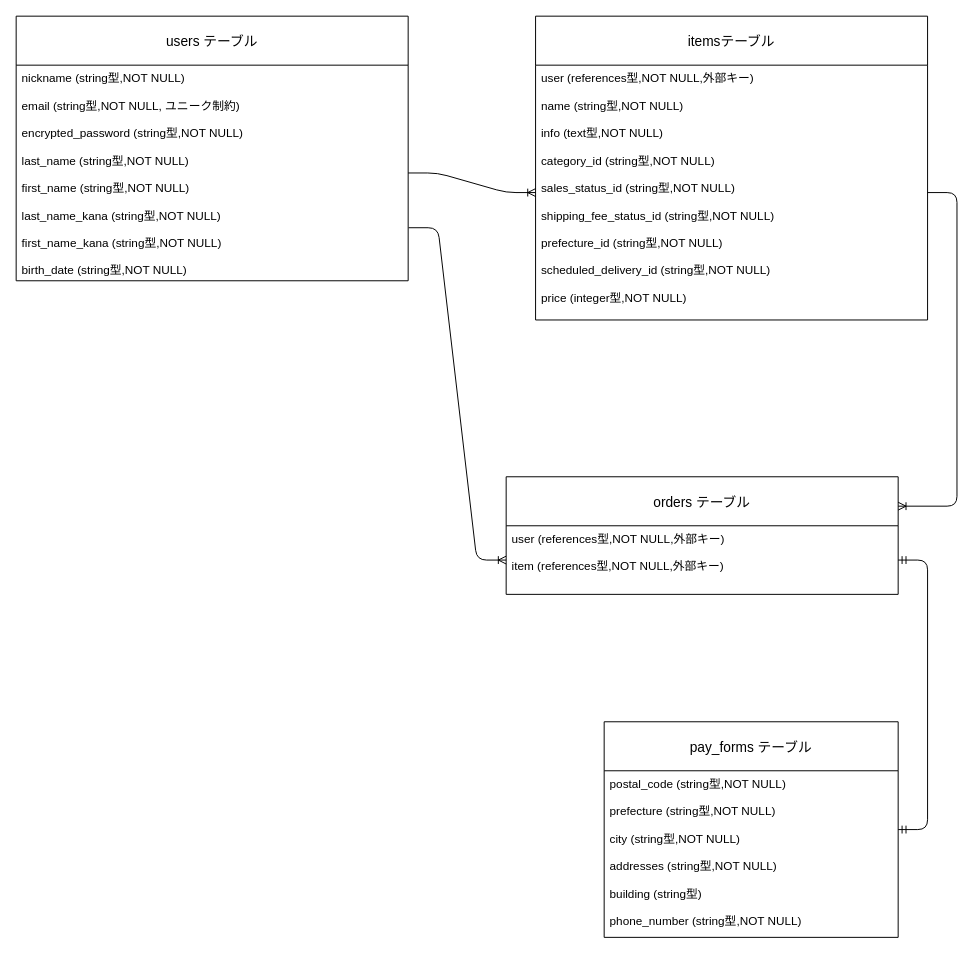
The draw.io diagram furima.drawio in MatsunagaNaoya/furima-38484, before the edit. Source tidied: cells renumbered, new cells numbered last; positions are measured from the earlier drawing's top-left corner, leaving out a move shared by most shapes. Both pictures are drawn from the tidied source at 98%, with x=0, y=0 at pixel (16, 16).
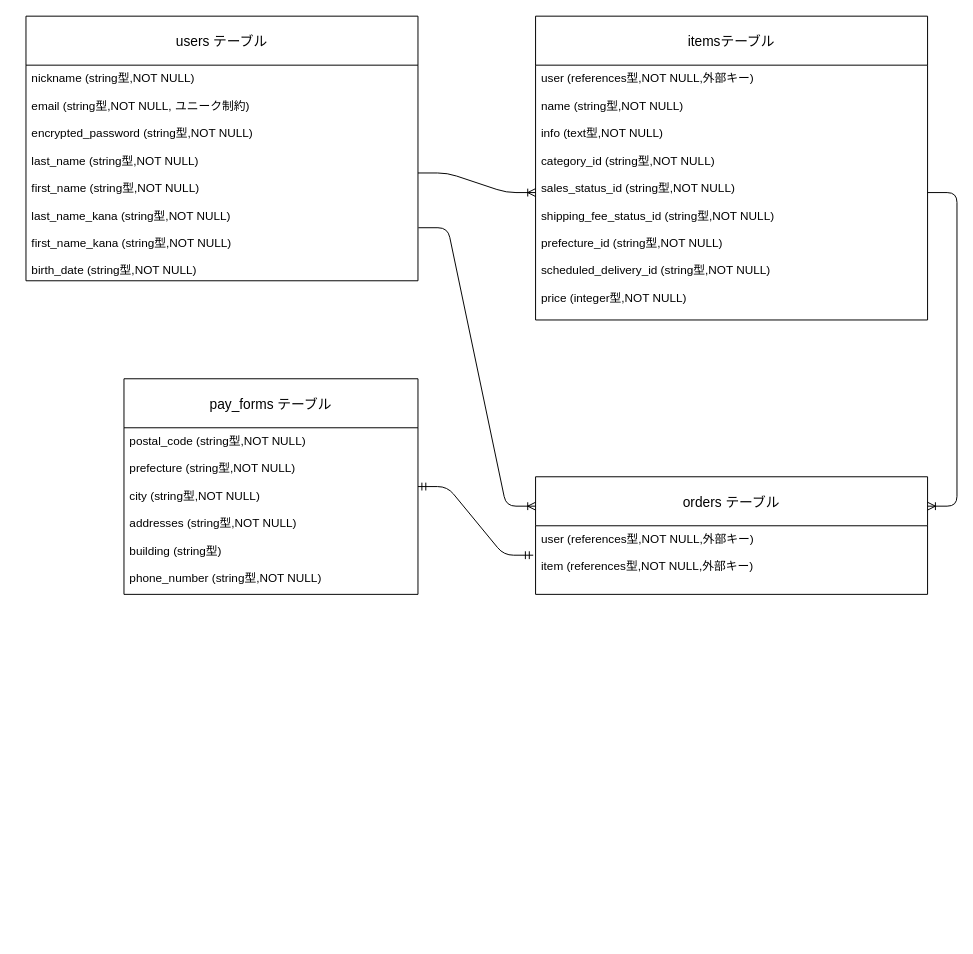
The same page after the edit.

Commit message:
ER図　配置調整

What changed in the source:
```diff
@@
 <mxGraphModel>
   <root>
     <mxCell id="0" />
     <mxCell id="1" parent="0" />
     <mxCell id="2" value="users テーブル" style="swimlane;fontStyle=0;horizontal=1;startSize=50;align=center;fontSize=14;" parent="1" vertex="1">
-      <mxGeometry width="400" height="270" as="geometry" />
+      <mxGeometry x="10" width="400" height="270" as="geometry" />
     </mxCell>
     <mxCell id="3" value="nickname (string型,NOT NULL)&#10;&#10;email (string型,NOT NULL, ユニーク制約)&#10;&#10;encrypted_password (string型,NOT NULL)&#10;&#10;last_name (string型,NOT NULL)&#10;&#10;first_name (string型,NOT NULL)&#10;&#10;last_name_kana (string型,NOT NULL)&#10;&#10;first_name_kana (string型,NOT NULL)&#10;&#10;birth_date (string型,NOT NULL)" style="text;strokeColor=none;fillColor=none;spacingLeft=4;spacingRight=4;overflow=hidden;points=[[0,0.5],[1,0.5]];portConstraint=eastwest;fontSize=12;" parent="2" vertex="1">
       <mxGeometry y="50" width="400" height="220" as="geometry" />
     </mxCell>
     <mxCell id="4" value="orders テーブル" style="swimlane;fontStyle=0;horizontal=1;startSize=50;align=center;fontSize=14;" parent="1" vertex="1">
-      <mxGeometry x="500" y="470" width="400" height="120" as="geometry" />
+      <mxGeometry x="530" y="470" width="400" height="120" as="geometry" />
     </mxCell>
     <mxCell id="5" value="user (references型,NOT NULL,外部キー)&#10;&#10;item (references型,NOT NULL,外部キー)" style="text;strokeColor=none;fillColor=none;spacingLeft=4;spacingRight=4;overflow=hidden;points=[[0,0.5],[1,0.5]];portConstraint=eastwest;fontSize=12;" parent="4" vertex="1">
       <mxGeometry y="50" width="400" height="70" as="geometry" />
     </mxCell>
     <mxCell id="6" value="itemsテーブル" style="swimlane;fontStyle=0;horizontal=1;startSize=50;align=center;fontSize=14;" parent="1" vertex="1">
       <mxGeometry x="530" width="400" height="310" as="geometry" />
     </mxCell>
     <mxCell id="7" value="user (references型,NOT NULL,外部キー)&#10;&#10;name (string型,NOT NULL)&#10;&#10;info (text型,NOT NULL)&#10;&#10;category_id (string型,NOT NULL)&#10;&#10;sales_status_id (string型,NOT NULL)&#10;&#10;shipping_fee_status_id (string型,NOT NULL)&#10;&#10;prefecture_id (string型,NOT NULL)&#10;&#10;scheduled_delivery_id (string型,NOT NULL)&#10;&#10;price (integer型,NOT NULL)" style="text;strokeColor=none;fillColor=none;spacingLeft=4;spacingRight=4;overflow=hidden;points=[[0,0.5],[1,0.5]];portConstraint=eastwest;fontSize=12;" parent="6" vertex="1">
       <mxGeometry y="50" width="400" height="260" as="geometry" />
     </mxCell>
     <mxCell id="8" style="edgeStyle=entityRelationEdgeStyle;fontSize=12;html=1;endArrow=ERoneToMany;entryX=0;entryY=0.5;entryDx=0;entryDy=0;" parent="1" edge="1" source="3" target="7">
       <mxGeometry relative="1" as="geometry" />
     </mxCell>
     <mxCell id="9" style="edgeStyle=entityRelationEdgeStyle;fontSize=12;html=1;endArrow=ERoneToMany;entryX=1;entryY=0.25;entryDx=0;entryDy=0;" parent="1" edge="1" source="7" target="4">
       <mxGeometry relative="1" as="geometry" />
     </mxCell>
-    <mxCell id="10" style="edgeStyle=entityRelationEdgeStyle;fontSize=12;html=1;endArrow=ERoneToMany;entryX=0;entryY=0.5;entryDx=0;entryDy=0;exitX=1.001;exitY=0.754;exitDx=0;exitDy=0;exitPerimeter=0;" parent="1" edge="1" source="3" target="5">
+    <mxCell id="10" style="edgeStyle=entityRelationEdgeStyle;fontSize=12;html=1;endArrow=ERoneToMany;entryX=0;entryY=0.25;entryDx=0;entryDy=0;exitX=1.001;exitY=0.754;exitDx=0;exitDy=0;exitPerimeter=0;" parent="1" edge="1" source="3" target="4">
       <mxGeometry relative="1" as="geometry" />
     </mxCell>
     <mxCell id="11" value="pay_forms テーブル" style="swimlane;fontStyle=0;horizontal=1;startSize=50;align=center;fontSize=14;" parent="1" vertex="1">
-      <mxGeometry x="600" y="720" width="300" height="220" as="geometry" />
+      <mxGeometry x="110" y="370" width="300" height="220" as="geometry" />
     </mxCell>
     <mxCell id="12" value="postal_code (string型,NOT NULL)&#10;&#10;prefecture (string型,NOT NULL)&#10;&#10;city (string型,NOT NULL)&#10;&#10;addresses (string型,NOT NULL)&#10;&#10;building (string型)&#10;&#10;phone_number (string型,NOT NULL)&#10;" style="text;strokeColor=none;fillColor=none;spacingLeft=4;spacingRight=4;overflow=hidden;fontSize=12;" parent="11" vertex="1">
       <mxGeometry y="50" width="300" height="170" as="geometry" />
     </mxCell>
-    <mxCell id="13" style="edgeStyle=entityRelationEdgeStyle;fontSize=12;html=1;endArrow=ERmandOne;startArrow=ERmandOne;entryX=1;entryY=0.5;entryDx=0;entryDy=0;" parent="1" edge="1" source="11" target="5">
+    <mxCell id="13" style="edgeStyle=entityRelationEdgeStyle;fontSize=12;html=1;endArrow=ERmandOne;startArrow=ERmandOne;entryX=-0.006;entryY=0.429;entryDx=0;entryDy=0;entryPerimeter=0;" parent="1" edge="1" source="11" target="5">
       <mxGeometry relative="1" as="geometry" />
     </mxCell>
   </root>
 </mxGraphModel>
```
